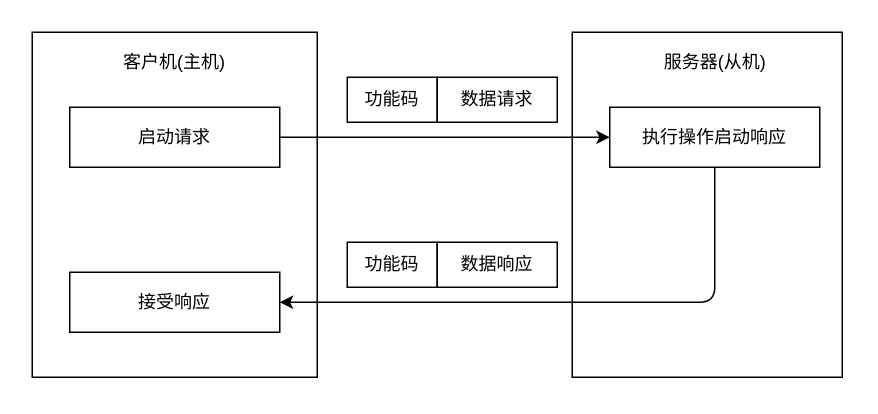
The draw.io diagram assets/img/Security/ICS/工控协议/25.drawio in ffffffff0x/1earn, before the edit. Source tidied: cells renumbered, new cells numbered last; positions are measured from the earlier drawing's top-left corner, leaving out a move shared by most shapes. Both pictures are drawn from the tidied source at 150%, with x=0, y=0 at pixel (32, 32).
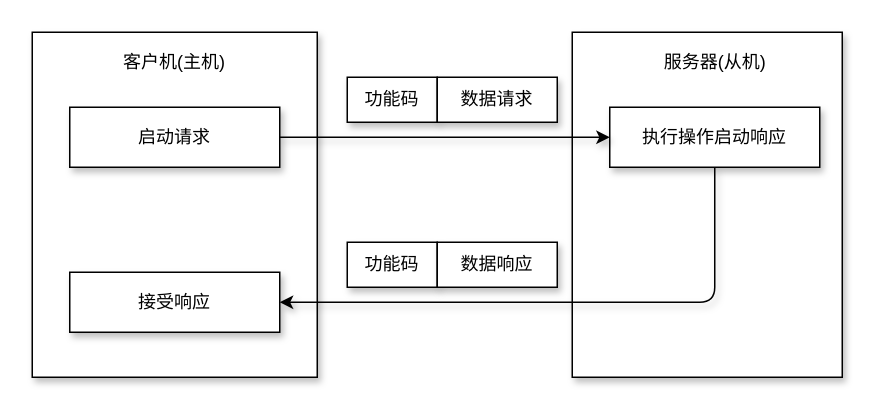
The same page after the edit.

What changed in the source:
```diff
@@
 <mxGraphModel>
   <root>
     <mxCell id="0" />
     <mxCell id="1" parent="0" />
-    <mxCell id="2" style="rounded=0;whiteSpace=wrap;html=1;" parent="1" vertex="1">
+    <mxCell id="2" style="rounded=0;whiteSpace=wrap;html=1;shadow=1;" parent="1" vertex="1">
       <mxGeometry width="190" height="230" as="geometry" />
     </mxCell>
-    <mxCell id="3" value="启动请求" style="rounded=0;whiteSpace=wrap;html=1;" parent="1" vertex="1">
+    <mxCell id="3" value="启动请求" style="rounded=0;whiteSpace=wrap;html=1;shadow=1;" parent="1" vertex="1">
       <mxGeometry x="25" y="50" width="140" height="40" as="geometry" />
     </mxCell>
-    <mxCell id="4" value="接受响应" style="rounded=0;whiteSpace=wrap;html=1;" parent="1" vertex="1">
+    <mxCell id="4" value="接受响应" style="rounded=0;whiteSpace=wrap;html=1;shadow=1;" parent="1" vertex="1">
       <mxGeometry x="25" y="160" width="140" height="40" as="geometry" />
     </mxCell>
-    <mxCell id="5" value="功能码" style="rounded=0;whiteSpace=wrap;html=1;" parent="1" vertex="1">
+    <mxCell id="5" value="功能码" style="rounded=0;whiteSpace=wrap;html=1;shadow=1;" parent="1" vertex="1">
       <mxGeometry x="210" y="30" width="60" height="30" as="geometry" />
     </mxCell>
-    <mxCell id="6" value="数据请求" style="rounded=0;whiteSpace=wrap;html=1;" parent="1" vertex="1">
+    <mxCell id="6" value="数据请求" style="rounded=0;whiteSpace=wrap;html=1;shadow=1;" parent="1" vertex="1">
       <mxGeometry x="270" y="30" width="80" height="30" as="geometry" />
     </mxCell>
-    <mxCell id="7" style="rounded=0;whiteSpace=wrap;html=1;" parent="1" vertex="1">
+    <mxCell id="7" style="rounded=0;whiteSpace=wrap;html=1;shadow=1;" parent="1" vertex="1">
       <mxGeometry x="360" width="180" height="230" as="geometry" />
     </mxCell>
-    <mxCell id="8" value="执行操作启动响应" style="rounded=0;whiteSpace=wrap;html=1;" parent="1" vertex="1">
+    <mxCell id="8" value="执行操作启动响应" style="rounded=0;whiteSpace=wrap;html=1;shadow=1;" parent="1" vertex="1">
       <mxGeometry x="385" y="50" width="140" height="40" as="geometry" />
     </mxCell>
-    <mxCell id="9" style="endArrow=classic;html=1;exitX=1;exitY=0.5;exitDx=0;exitDy=0;entryX=0;entryY=0.5;entryDx=0;entryDy=0;" parent="1" edge="1" source="3" target="8">
+    <mxCell id="9" style="endArrow=classic;html=1;exitX=1;exitY=0.5;exitDx=0;exitDy=0;entryX=0;entryY=0.5;entryDx=0;entryDy=0;shadow=1;" parent="1" edge="1" source="3" target="8">
       <mxGeometry relative="1" as="geometry" />
     </mxCell>
-    <mxCell id="10" style="endArrow=classic;html=1;entryX=1;entryY=0.5;entryDx=0;entryDy=0;exitX=0.5;exitY=1;exitDx=0;exitDy=0;" parent="1" edge="1" source="8" target="4">
+    <mxCell id="10" style="endArrow=classic;html=1;entryX=1;entryY=0.5;entryDx=0;entryDy=0;exitX=0.5;exitY=1;exitDx=0;exitDy=0;shadow=1;" parent="1" edge="1" source="8" target="4">
       <mxGeometry relative="1" as="geometry">
         <Array as="points">
           <mxPoint x="455" y="180" />
         </Array>
       </mxGeometry>
     </mxCell>
-    <mxCell id="11" value="功能码" style="rounded=0;whiteSpace=wrap;html=1;" parent="1" vertex="1">
+    <mxCell id="11" value="功能码" style="rounded=0;whiteSpace=wrap;html=1;shadow=1;" parent="1" vertex="1">
       <mxGeometry x="210" y="140" width="60" height="30" as="geometry" />
     </mxCell>
-    <mxCell id="12" value="数据响应" style="rounded=0;whiteSpace=wrap;html=1;" parent="1" vertex="1">
+    <mxCell id="12" value="数据响应" style="rounded=0;whiteSpace=wrap;html=1;shadow=1;" parent="1" vertex="1">
       <mxGeometry x="270" y="140" width="80" height="30" as="geometry" />
     </mxCell>
-    <mxCell id="13" value="客户机(主机)" style="text;html=1;strokeColor=none;fillColor=none;align=center;verticalAlign=middle;whiteSpace=wrap;rounded=0;" parent="1" vertex="1">
+    <mxCell id="13" value="客户机(主机)" style="text;html=1;strokeColor=none;fillColor=none;align=center;verticalAlign=middle;whiteSpace=wrap;rounded=0;shadow=1;" parent="1" vertex="1">
       <mxGeometry x="55" y="10" width="80" height="20" as="geometry" />
     </mxCell>
-    <mxCell id="14" value="服务器(从机)" style="text;html=1;strokeColor=none;fillColor=none;align=center;verticalAlign=middle;whiteSpace=wrap;rounded=0;" parent="1" vertex="1">
+    <mxCell id="14" value="服务器(从机)" style="text;html=1;strokeColor=none;fillColor=none;align=center;verticalAlign=middle;whiteSpace=wrap;rounded=0;shadow=1;" parent="1" vertex="1">
       <mxGeometry x="412.5" y="10" width="85" height="20" as="geometry" />
     </mxCell>
   </root>
 </mxGraphModel>
```
